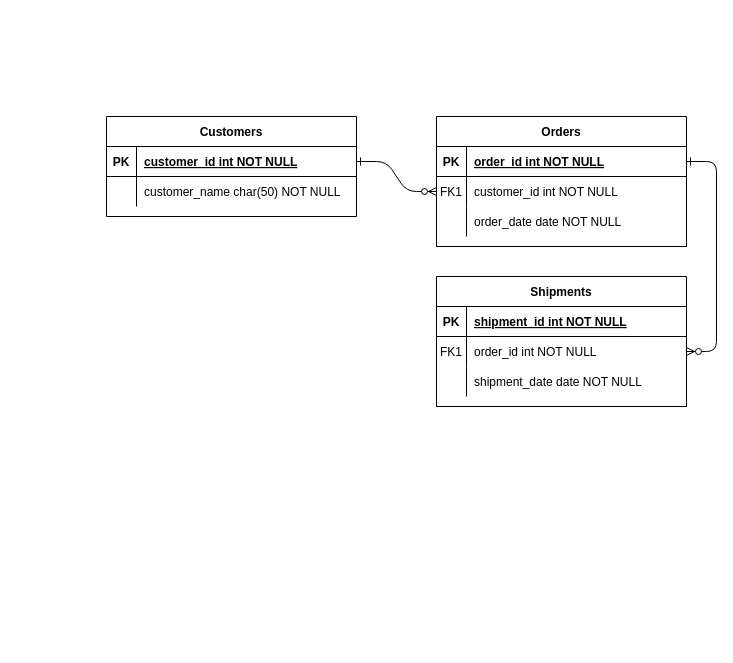
sofiiadidyk/Lab1 keeps this draw.io diagram as Untitled Diagram.drawio. Above is the earlier version. Source tidied: cells renumbered, new cells numbered last; positions are measured from the earlier drawing's top-left corner, leaving out a move shared by most shapes. Both pictures are drawn from the tidied source at 100%, with x=0, y=0 at pixel (106, 116).
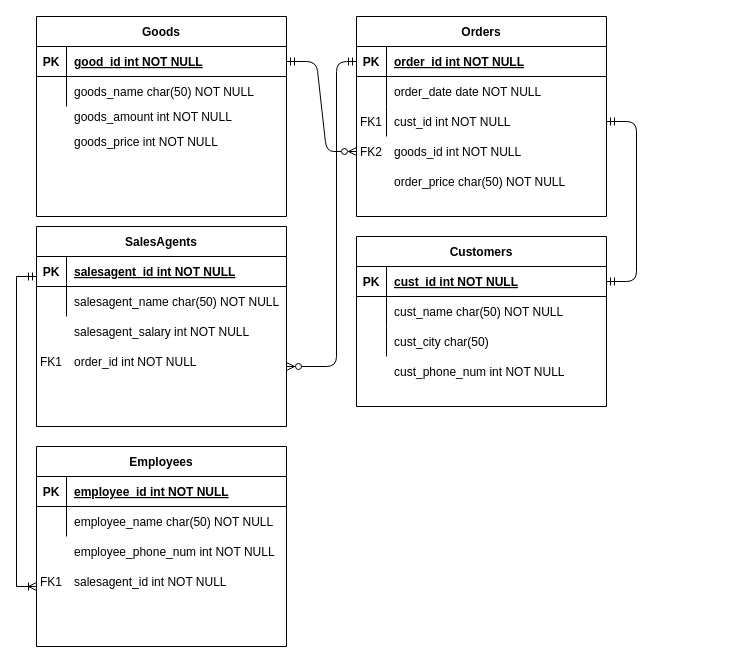
After the change.

The change refers to these unchanged cells:
```xml
<mxCell id="5" style="shape=partialRectangle;fillColor=none;points=[[0,0.5],[1,0.5]];portConstraint=eastwest;top=0;left=0;right=0;bottom=1;" parent="4" vertex="1">
  <mxGeometry y="30" width="250" height="30" as="geometry" />
</mxCell>
<mxCell id="8" style="shape=partialRectangle;fillColor=none;points=[[0,0.5],[1,0.5]];portConstraint=eastwest;top=0;left=0;right=0;bottom=0;" parent="4" vertex="1">
  <mxGeometry y="60" width="250" height="30" as="geometry" />
</mxCell>
<mxCell id="11" style="shape=partialRectangle;fillColor=none;points=[[0,0.5],[1,0.5]];portConstraint=eastwest;top=0;left=0;right=0;bottom=0;" parent="4" vertex="1">
  <mxGeometry y="90" width="250" height="30" as="geometry" />
</mxCell>
<mxCell id="15" style="shape=partialRectangle;fillColor=none;points=[[0,0.5],[1,0.5]];portConstraint=eastwest;top=0;left=0;right=0;bottom=1;" parent="14" vertex="1">
  <mxGeometry y="30" width="250" height="30" as="geometry" />
</mxCell>
<mxCell id="18" style="shape=partialRectangle;fillColor=none;points=[[0,0.5],[1,0.5]];portConstraint=eastwest;top=0;left=0;right=0;bottom=0;" parent="14" vertex="1">
  <mxGeometry y="60" width="250" height="30" as="geometry" />
</mxCell>
<mxCell id="21" style="shape=partialRectangle;fillColor=none;top=0;left=0;right=0;bottom=0;" parent="14" vertex="1">
  <mxGeometry y="90" width="250" height="30" as="geometry" />
</mxCell>
<mxCell id="25" style="shape=partialRectangle;fillColor=none;points=[[0,0.5],[1,0.5]];portConstraint=eastwest;top=0;left=0;right=0;bottom=1;" parent="24" vertex="1">
  <mxGeometry y="30" width="250" height="30" as="geometry" />
</mxCell>
<mxCell id="28" style="shape=partialRectangle;fillColor=none;top=0;left=0;right=0;bottom=0;" parent="24" vertex="1">
  <mxGeometry y="60" width="250" height="30" as="geometry" />
</mxCell>
```

Change to the diagram source:
```diff
@@
-    <mxCell id="2" style="edgeStyle=entityRelationEdgeStyle;endArrow=ERzeroToMany;startArrow=ERone;endFill=1;startFill=0;" parent="1" edge="1" source="25" target="8">
+    <mxCell id="2" style="edgeStyle=entityRelationEdgeStyle;endArrow=ERzeroToMany;startArrow=ERmandOne;endFill=0;startFill=0;entryX=0;entryY=0.5;entryDx=0;entryDy=0;" parent="1" edge="1" source="25" target="40">
       <mxGeometry relative="1" as="geometry" />
     </mxCell>
-    <mxCell id="3" style="edgeStyle=entityRelationEdgeStyle;endArrow=ERzeroToMany;startArrow=ERone;endFill=1;startFill=0;" parent="1" edge="1" source="5" target="18">
-      <mxGeometry relative="1" as="geometry" />
-    </mxCell>
     <mxCell id="4" value="Orders" style="shape=table;startSize=30;childLayout=tableLayout;rowLines=0;fontStyle=1;align=center;" parent="1" vertex="1">
-      <mxGeometry x="330" width="250" height="130" as="geometry" />
+      <mxGeometry x="250" y="-100" width="250" height="200" as="geometry" />
     </mxCell>
@@
-    <mxCell id="9" value="FK1" style="shape=partialRectangle;overflow=hidden;fillColor=none;top=0;left=0;bottom=0;right=0;" parent="8" vertex="1">
+    <mxCell id="9" style="shape=partialRectangle;overflow=hidden;fillColor=none;top=0;left=0;bottom=0;right=0;" parent="8" vertex="1">
       <mxGeometry width="30" height="30" as="geometry" />
     </mxCell>
-    <mxCell id="10" value="customer_id int NOT NULL" style="shape=partialRectangle;overflow=hidden;fillColor=none;top=0;left=0;bottom=0;right=0;align=left;spacingLeft=6;" parent="8" vertex="1">
+    <mxCell id="10" value="order_date date NOT NULL" style="shape=partialRectangle;overflow=hidden;fillColor=none;top=0;left=0;bottom=0;right=0;align=left;spacingLeft=6;" parent="8" vertex="1">
       <mxGeometry x="30" width="220" height="30" as="geometry" />
     </mxCell>
@@
-    <mxCell id="13" value="order_date date NOT NULL" style="shape=partialRectangle;overflow=hidden;fillColor=none;top=0;left=0;bottom=0;right=0;align=left;spacingLeft=6;" parent="11" vertex="1">
+    <mxCell id="13" value="cust_id int NOT NULL" style="shape=partialRectangle;overflow=hidden;fillColor=none;top=0;left=0;bottom=0;right=0;align=left;spacingLeft=6;" parent="11" vertex="1">
       <mxGeometry x="30" width="220" height="30" as="geometry" />
     </mxCell>
-    <mxCell id="14" value="Shipments" style="shape=table;startSize=30;childLayout=tableLayout;rowLines=0;fontStyle=1;align=center;" parent="1" vertex="1">
-      <mxGeometry x="330" y="160" width="250" height="130" as="geometry" />
+    <mxCell id="14" value="Customers" style="shape=table;startSize=30;childLayout=tableLayout;rowLines=0;fontStyle=1;align=center;" parent="1" vertex="1">
+      <mxGeometry x="250" y="120" width="250" height="170" as="geometry" />
     </mxCell>
@@
-    <mxCell id="17" value="shipment_id int NOT NULL " style="shape=partialRectangle;overflow=hidden;fillColor=none;top=0;left=0;bottom=0;right=0;align=left;spacingLeft=6;fontStyle=5;" parent="15" vertex="1">
+    <mxCell id="17" value="cust_id int NOT NULL " style="shape=partialRectangle;overflow=hidden;fillColor=none;top=0;left=0;bottom=0;right=0;align=left;spacingLeft=6;fontStyle=5;" parent="15" vertex="1">
       <mxGeometry x="30" width="220" height="30" as="geometry" />
     </mxCell>
@@
-    <mxCell id="19" value="FK1" style="shape=partialRectangle;overflow=hidden;fillColor=none;top=0;left=0;bottom=0;right=0;" parent="18" vertex="1">
+    <mxCell id="19" style="shape=partialRectangle;overflow=hidden;fillColor=none;top=0;left=0;bottom=0;right=0;" parent="18" vertex="1">
       <mxGeometry width="30" height="30" as="geometry" />
     </mxCell>
-    <mxCell id="20" value="order_id int NOT NULL" style="shape=partialRectangle;overflow=hidden;fillColor=none;top=0;left=0;bottom=0;right=0;align=left;spacingLeft=6;" parent="18" vertex="1">
+    <mxCell id="20" value="cust_name char(50) NOT NULL" style="shape=partialRectangle;overflow=hidden;fillColor=none;top=0;left=0;bottom=0;right=0;align=left;spacingLeft=6;" parent="18" vertex="1">
       <mxGeometry x="30" width="220" height="30" as="geometry" />
     </mxCell>
@@
-    <mxCell id="23" value="shipment_date date NOT NULL" style="shape=partialRectangle;overflow=hidden;fillColor=none;top=0;left=0;bottom=0;right=0;align=left;spacingLeft=6;" parent="21" vertex="1">
+    <mxCell id="23" value="cust_city char(50) " style="shape=partialRectangle;overflow=hidden;fillColor=none;top=0;left=0;bottom=0;right=0;align=left;spacingLeft=6;" parent="21" vertex="1">
       <mxGeometry x="30" width="220" height="30" as="geometry" />
     </mxCell>
-    <mxCell id="24" value="Customers" style="shape=table;startSize=30;childLayout=tableLayout;rowLines=0;fontStyle=1;align=center;" parent="1" vertex="1">
-      <mxGeometry width="250" height="100" as="geometry" />
+    <mxCell id="24" value="Goods" style="shape=table;startSize=30;childLayout=tableLayout;rowLines=0;fontStyle=1;align=center;" parent="1" vertex="1">
+      <mxGeometry x="-70" y="-100" width="250" height="200" as="geometry" />
     </mxCell>
@@
-    <mxCell id="27" value="customer_id int NOT NULL " style="shape=partialRectangle;overflow=hidden;fillColor=none;top=0;left=0;bottom=0;right=0;align=left;spacingLeft=6;fontStyle=5;" parent="25" vertex="1">
+    <mxCell id="27" value="good_id int NOT NULL " style="shape=partialRectangle;overflow=hidden;fillColor=none;top=0;left=0;bottom=0;right=0;align=left;spacingLeft=6;fontStyle=5;" parent="25" vertex="1">
       <mxGeometry x="30" width="220" height="30" as="geometry" />
     </mxCell>
@@
-    <mxCell id="30" value="customer_name char(50) NOT NULL" style="shape=partialRectangle;overflow=hidden;fillColor=none;top=0;left=0;bottom=0;right=0;align=left;spacingLeft=6;" parent="28" vertex="1">
+    <mxCell id="30" value="goods_name char(50) NOT NULL" style="shape=partialRectangle;overflow=hidden;fillColor=none;top=0;left=0;bottom=0;right=0;align=left;spacingLeft=6;" parent="28" vertex="1">
       <mxGeometry x="30" width="220" height="30" as="geometry" />
     </mxCell>
+    <mxCell id="31" style="shape=partialRectangle;fillColor=none;top=0;left=0;right=0;bottom=0;" parent="1" vertex="1">
+      <mxGeometry x="-70" y="-15" width="250" height="30" as="geometry" />
+    </mxCell>
+    <mxCell id="32" style="shape=partialRectangle;overflow=hidden;fillColor=none;top=0;left=0;bottom=0;right=0;" parent="31" vertex="1">
+      <mxGeometry width="30" height="30" as="geometry" />
+    </mxCell>
+    <mxCell id="33" value="goods_amount int NOT NULL" style="shape=partialRectangle;overflow=hidden;fillColor=none;top=0;left=0;bottom=0;right=0;align=left;spacingLeft=6;" parent="31" vertex="1">
+      <mxGeometry x="30" width="220" height="30" as="geometry" />
+    </mxCell>
+    <mxCell id="34" style="shape=partialRectangle;fillColor=none;top=0;left=0;right=0;bottom=0;" parent="1" vertex="1">
+      <mxGeometry x="-70" y="10" width="250" height="30" as="geometry" />
+    </mxCell>
+    <mxCell id="35" style="shape=partialRectangle;overflow=hidden;fillColor=none;top=0;left=0;bottom=0;right=0;" parent="34" vertex="1">
+      <mxGeometry width="30" height="30" as="geometry" />
+    </mxCell>
+    <mxCell id="36" value="goods_price int NOT NULL" style="shape=partialRectangle;overflow=hidden;fillColor=none;top=0;left=0;bottom=0;right=0;align=left;spacingLeft=6;" parent="34" vertex="1">
+      <mxGeometry x="30" width="220" height="30" as="geometry" />
+    </mxCell>
+    <mxCell id="37" style="shape=partialRectangle;fillColor=none;top=0;left=0;right=0;bottom=0;" parent="1" vertex="1">
+      <mxGeometry x="250" y="50" width="250" height="30" as="geometry" />
+    </mxCell>
+    <mxCell id="38" style="shape=partialRectangle;overflow=hidden;fillColor=none;top=0;left=0;bottom=0;right=0;" parent="37" vertex="1">
+      <mxGeometry width="30" height="30" as="geometry" />
+    </mxCell>
+    <mxCell id="39" value="order_price char(50) NOT NULL" style="shape=partialRectangle;overflow=hidden;fillColor=none;top=0;left=0;bottom=0;right=0;align=left;spacingLeft=6;" parent="37" vertex="1">
+      <mxGeometry x="30" width="220" height="30" as="geometry" />
+    </mxCell>
+    <mxCell id="40" style="shape=partialRectangle;fillColor=none;points=[[0,0.5],[1,0.5]];portConstraint=eastwest;top=0;left=0;right=0;bottom=0;" parent="1" vertex="1">
+      <mxGeometry x="250" y="20" width="250" height="30" as="geometry" />
+    </mxCell>
+    <mxCell id="41" style="shape=partialRectangle;overflow=hidden;fillColor=none;top=0;left=0;bottom=0;right=0;" parent="40" vertex="1">
+      <mxGeometry width="30" height="30" as="geometry" />
+    </mxCell>
+    <mxCell id="42" value="goods_id int NOT NULL" style="shape=partialRectangle;overflow=hidden;fillColor=none;top=0;left=0;bottom=0;right=0;align=left;spacingLeft=6;" parent="40" vertex="1">
+      <mxGeometry x="30" width="220" height="30" as="geometry" />
+    </mxCell>
+    <mxCell id="43" value="FK1" style="shape=partialRectangle;overflow=hidden;fillColor=none;top=0;left=0;bottom=0;right=0;" parent="1" vertex="1">
+      <mxGeometry x="250" y="-10" width="30" height="30" as="geometry" />
+    </mxCell>
+    <mxCell id="44" value="FK2" style="shape=partialRectangle;overflow=hidden;fillColor=none;top=0;left=0;bottom=0;right=0;" parent="1" vertex="1">
+      <mxGeometry x="250" y="20" width="30" height="30" as="geometry" />
+    </mxCell>
+    <mxCell id="45" value="cust_phone_num int NOT NULL " style="shape=partialRectangle;overflow=hidden;fillColor=none;top=0;left=0;bottom=0;right=0;align=left;spacingLeft=6;" parent="1" vertex="1">
+      <mxGeometry x="280" y="240" width="220" height="30" as="geometry" />
+    </mxCell>
+    <mxCell id="3" style="edgeStyle=entityRelationEdgeStyle;endArrow=ERmandOne;startArrow=ERmandOne;endFill=0;startFill=0;entryX=1;entryY=0.5;entryDx=0;entryDy=0;exitX=1;exitY=0.5;exitDx=0;exitDy=0;" parent="1" edge="1" source="15" target="11">
+      <mxGeometry relative="1" as="geometry" />
+    </mxCell>
+    <mxCell id="46" style="edgeStyle=orthogonalEdgeStyle;rounded=0;jettySize=auto;html=1;exitX=0;exitY=0.25;exitDx=0;exitDy=0;startArrow=ERmandOne;startFill=0;endArrow=ERoneToMany;endFill=0;" parent="1" edge="1" source="47">
+      <mxGeometry relative="1" as="geometry">
+        <mxPoint x="-70" y="470" as="targetPoint" />
+        <Array as="points">
+          <mxPoint x="-90" y="160" />
+          <mxPoint x="-90" y="470" />
+        </Array>
+      </mxGeometry>
+    </mxCell>
+    <mxCell id="47" value="SalesAgents" style="shape=table;startSize=30;childLayout=tableLayout;rowLines=0;fontStyle=1;align=center;" parent="1" vertex="1">
+      <mxGeometry x="-70" y="110" width="250" height="200" as="geometry" />
+    </mxCell>
+    <mxCell id="48" style="shape=partialRectangle;fillColor=none;top=0;left=0;right=0;bottom=1;" parent="47" vertex="1">
+      <mxGeometry y="30" width="250" height="30" as="geometry" />
+    </mxCell>
+    <mxCell id="49" value="PK" style="shape=partialRectangle;overflow=hidden;fillColor=none;top=0;left=0;bottom=0;right=0;fontStyle=1;" parent="48" vertex="1">
+      <mxGeometry width="30" height="30" as="geometry" />
+    </mxCell>
+    <mxCell id="50" value="salesagent_id int NOT NULL " style="shape=partialRectangle;overflow=hidden;fillColor=none;top=0;left=0;bottom=0;right=0;align=left;spacingLeft=6;fontStyle=5;" parent="48" vertex="1">
+      <mxGeometry x="30" width="220" height="30" as="geometry" />
+    </mxCell>
+    <mxCell id="51" style="shape=partialRectangle;fillColor=none;top=0;left=0;right=0;bottom=0;" parent="47" vertex="1">
+      <mxGeometry y="60" width="250" height="30" as="geometry" />
+    </mxCell>
+    <mxCell id="52" style="shape=partialRectangle;overflow=hidden;fillColor=none;top=0;left=0;bottom=0;right=0;" parent="51" vertex="1">
+      <mxGeometry width="30" height="30" as="geometry" />
+    </mxCell>
+    <mxCell id="53" value="salesagent_name char(50) NOT NULL" style="shape=partialRectangle;overflow=hidden;fillColor=none;top=0;left=0;bottom=0;right=0;align=left;spacingLeft=6;fontStyle=0;" parent="51" vertex="1">
+      <mxGeometry x="30" width="220" height="30" as="geometry" />
+    </mxCell>
+    <mxCell id="54" value="salesagent_salary int NOT NULL" style="shape=partialRectangle;overflow=hidden;fillColor=none;top=0;left=0;bottom=0;right=0;align=left;spacingLeft=6;fontStyle=0;" parent="1" vertex="1">
+      <mxGeometry x="-40" y="200" width="220" height="30" as="geometry" />
+    </mxCell>
+    <mxCell id="55" value="order_id int NOT NULL" style="shape=partialRectangle;overflow=hidden;fillColor=none;top=0;left=0;bottom=0;right=0;align=left;spacingLeft=6;" parent="1" vertex="1">
+      <mxGeometry x="-40" y="230" width="220" height="30" as="geometry" />
+    </mxCell>
+    <mxCell id="56" value="FK1" style="shape=partialRectangle;overflow=hidden;fillColor=none;top=0;left=0;bottom=0;right=0;" parent="1" vertex="1">
+      <mxGeometry x="-70" y="230" width="30" height="30" as="geometry" />
+    </mxCell>
+    <mxCell id="57" style="endArrow=ERmandOne;html=1;startArrow=ERzeroToMany;startFill=1;endFill=0;" parent="1" edge="1">
+      <mxGeometry relative="1" as="geometry">
+        <mxPoint x="180" y="250" as="sourcePoint" />
+        <mxPoint x="250" y="-55" as="targetPoint" />
+        <Array as="points">
+          <mxPoint x="230" y="250" />
+          <mxPoint x="230" y="-55" />
+        </Array>
+      </mxGeometry>
+    </mxCell>
+    <mxCell id="58" value="Employees" style="shape=table;startSize=30;childLayout=tableLayout;rowLines=0;fontStyle=1;align=center;" parent="1" vertex="1">
+      <mxGeometry x="-70" y="330" width="250" height="200" as="geometry" />
+    </mxCell>
+    <mxCell id="59" style="shape=partialRectangle;fillColor=none;top=0;left=0;right=0;bottom=1;" parent="58" vertex="1">
+      <mxGeometry y="30" width="250" height="30" as="geometry" />
+    </mxCell>
+    <mxCell id="60" value="PK" style="shape=partialRectangle;overflow=hidden;fillColor=none;top=0;left=0;bottom=0;right=0;fontStyle=1;" parent="59" vertex="1">
+      <mxGeometry width="30" height="30" as="geometry" />
+    </mxCell>
+    <mxCell id="61" value="employee_id int NOT NULL " style="shape=partialRectangle;overflow=hidden;fillColor=none;top=0;left=0;bottom=0;right=0;align=left;spacingLeft=6;fontStyle=5;" parent="59" vertex="1">
+      <mxGeometry x="30" width="220" height="30" as="geometry" />
+    </mxCell>
+    <mxCell id="62" style="shape=partialRectangle;fillColor=none;top=0;left=0;right=0;bottom=0;fontStyle=0;" parent="58" vertex="1">
+      <mxGeometry y="60" width="250" height="30" as="geometry" />
+    </mxCell>
+    <mxCell id="63" style="shape=partialRectangle;overflow=hidden;fillColor=none;top=0;left=0;bottom=0;right=0;" parent="62" vertex="1">
+      <mxGeometry width="30" height="30" as="geometry" />
+    </mxCell>
+    <mxCell id="64" value="employee_name char(50) NOT NULL" style="shape=partialRectangle;overflow=hidden;fillColor=none;top=0;left=0;bottom=0;right=0;align=left;spacingLeft=6;fontStyle=0;" parent="62" vertex="1">
+      <mxGeometry x="30" width="220" height="30" as="geometry" />
+    </mxCell>
+    <mxCell id="65" value="employee_phone_num int NOT NULL " style="shape=partialRectangle;overflow=hidden;fillColor=none;top=0;left=0;bottom=0;right=0;align=left;spacingLeft=6;" parent="1" vertex="1">
+      <mxGeometry x="-40" y="420" width="220" height="30" as="geometry" />
+    </mxCell>
+    <mxCell id="66" value="salesagent_id int NOT NULL " style="shape=partialRectangle;overflow=hidden;fillColor=none;top=0;left=0;bottom=0;right=0;align=left;spacingLeft=6;fontStyle=0;" parent="1" vertex="1">
+      <mxGeometry x="-40" y="450" width="220" height="30" as="geometry" />
+    </mxCell>
+    <mxCell id="67" value="FK1" style="shape=partialRectangle;overflow=hidden;fillColor=none;top=0;left=0;bottom=0;right=0;" parent="1" vertex="1">
+      <mxGeometry x="-70" y="450" width="30" height="30" as="geometry" />
+    </mxCell>
```
